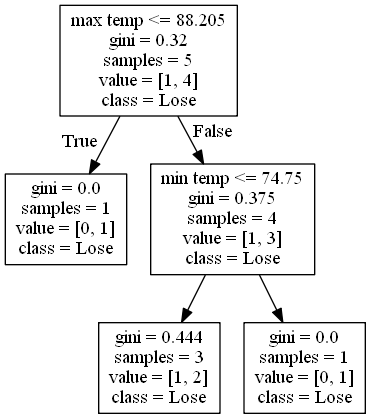
Earlier version of the Graphviz export DecisionTrees/Pac-12decision_tree_no_score_or_attendance0.png (alexana-steck/CSE482Project). Its source is kept beside it as DecisionTrees/Pac-12decision_tree_no_score_or_attendance0.dot. Source of this version:
```dot
digraph Tree {
node [shape=box] ;
0 [label="max temp <= 88.205\ngini = 0.32\nsamples = 5\nvalue = [1, 4]\nclass = Lose"] ;
1 [label="gini = 0.0\nsamples = 1\nvalue = [0, 1]\nclass = Lose"] ;
0 -> 1 [labeldistance=2.5, labelangle=45, headlabel="True"] ;
2 [label="min temp <= 74.75\ngini = 0.375\nsamples = 4\nvalue = [1, 3]\nclass = Lose"] ;
0 -> 2 [labeldistance=2.5, labelangle=-45, headlabel="False"] ;
3 [label="gini = 0.444\nsamples = 3\nvalue = [1, 2]\nclass = Lose"] ;
2 -> 3 ;
4 [label="gini = 0.0\nsamples = 1\nvalue = [0, 1]\nclass = Lose"] ;
2 -> 4 ;
}
```
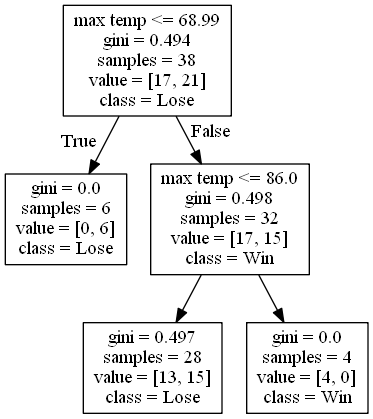
The same file after the commit.

Change to the diagram source:
```diff
@@ -1,12 +1,12 @@
 digraph Tree {
 node [shape=box] ;
-0 [label="max temp <= 88.205\ngini = 0.32\nsamples = 5\nvalue = [1, 4]\nclass = Lose"] ;
-1 [label="gini = 0.0\nsamples = 1\nvalue = [0, 1]\nclass = Lose"] ;
+0 [label="max temp <= 68.99\ngini = 0.494\nsamples = 38\nvalue = [17, 21]\nclass = Lose"] ;
+1 [label="gini = 0.0\nsamples = 6\nvalue = [0, 6]\nclass = Lose"] ;
 0 -> 1 [labeldistance=2.5, labelangle=45, headlabel="True"] ;
-2 [label="min temp <= 74.75\ngini = 0.375\nsamples = 4\nvalue = [1, 3]\nclass = Lose"] ;
+2 [label="max temp <= 86.0\ngini = 0.498\nsamples = 32\nvalue = [17, 15]\nclass = Win"] ;
 0 -> 2 [labeldistance=2.5, labelangle=-45, headlabel="False"] ;
-3 [label="gini = 0.444\nsamples = 3\nvalue = [1, 2]\nclass = Lose"] ;
+3 [label="gini = 0.497\nsamples = 28\nvalue = [13, 15]\nclass = Lose"] ;
 2 -> 3 ;
-4 [label="gini = 0.0\nsamples = 1\nvalue = [0, 1]\nclass = Lose"] ;
+4 [label="gini = 0.0\nsamples = 4\nvalue = [4, 0]\nclass = Win"] ;
 2 -> 4 ;
 }
```
